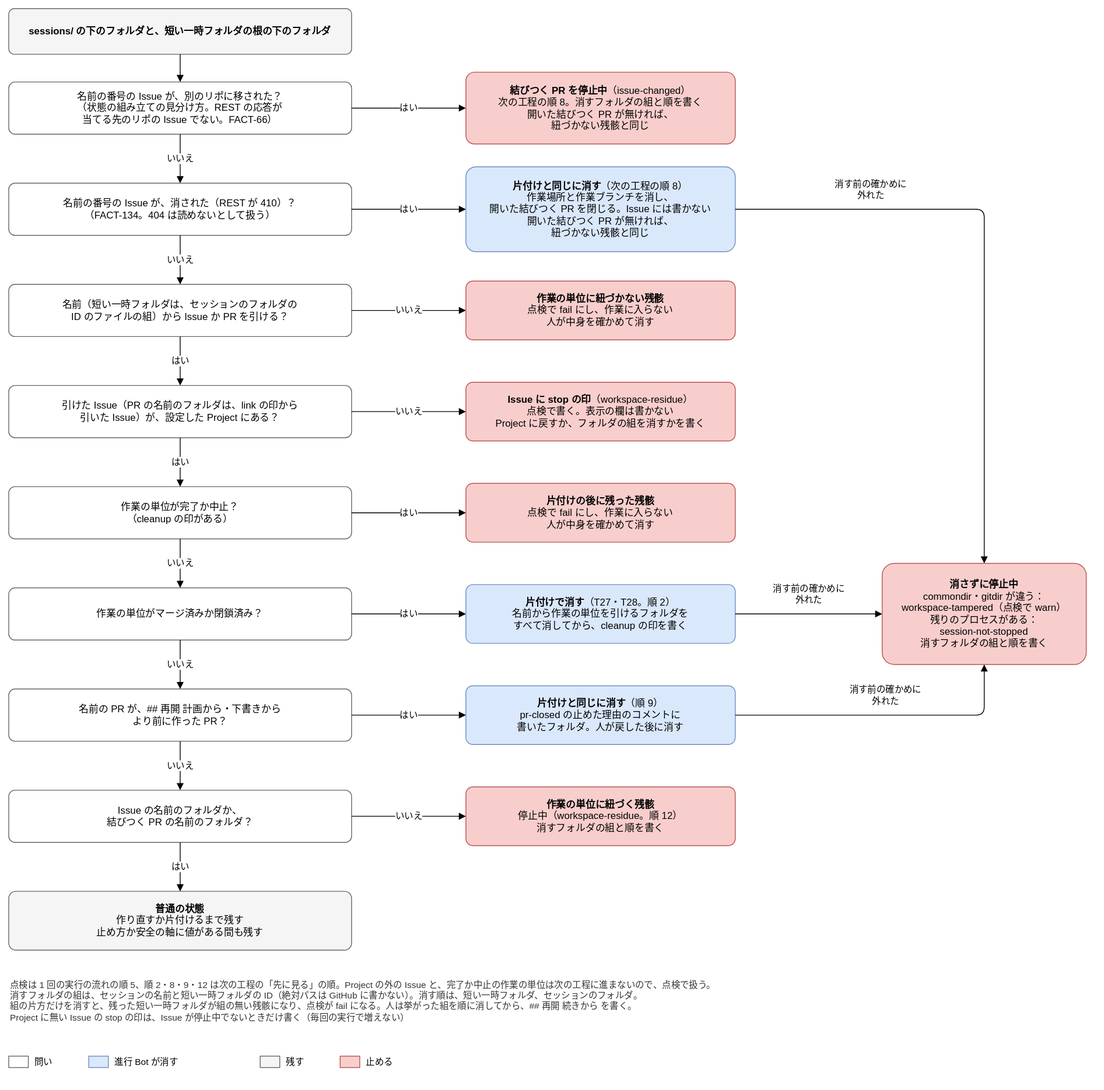
Earlier version of the draw.io export docs/design/basic/diagrams/02-workspace-residue.drawio.svg (Joymerrevent/dev-autopilot). Source tidied: cells renumbered, new cells last; positions are measured from the earlier drawing's top-left corner, leaving out a move shared by most shapes.
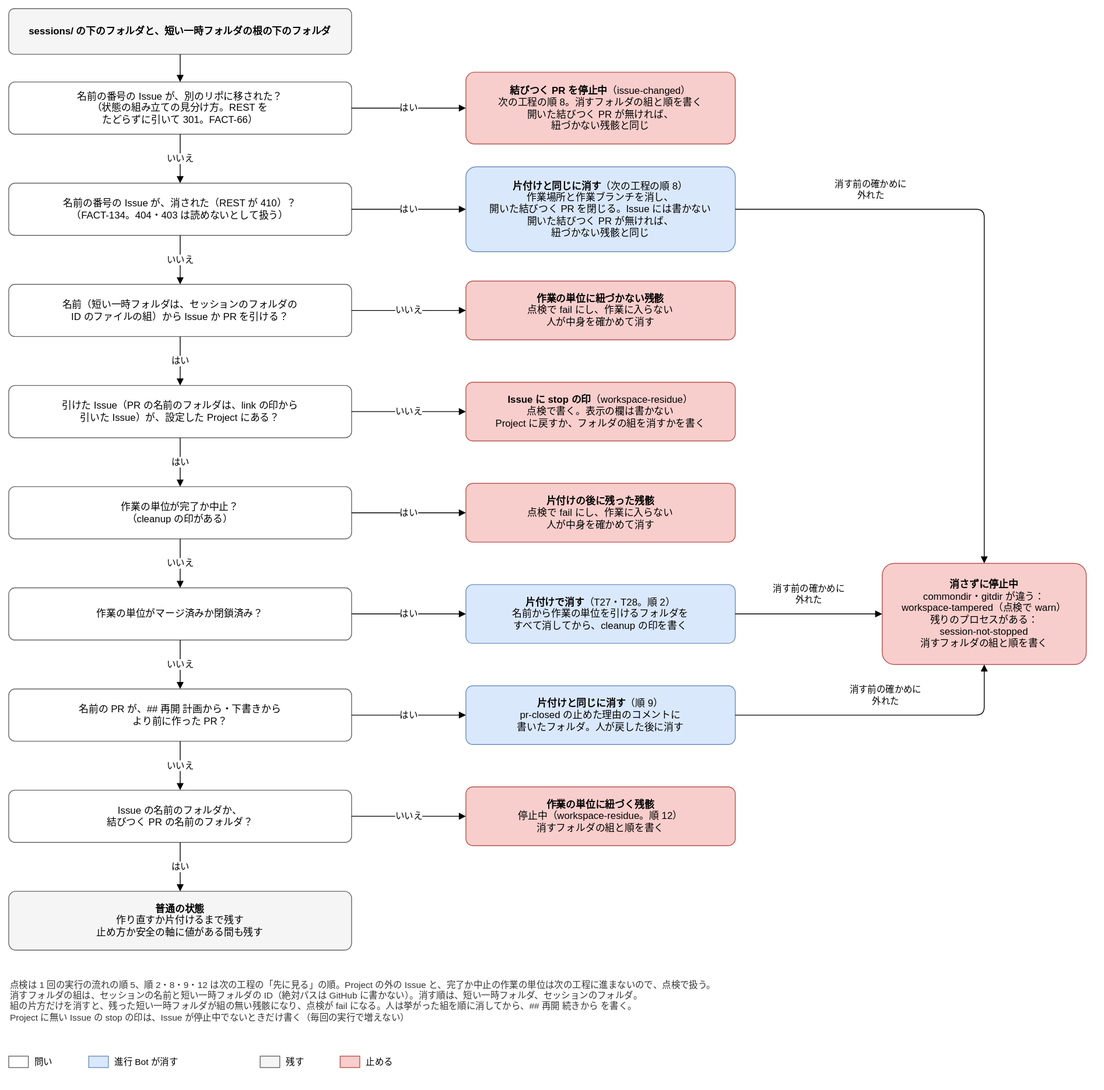
Above is the later version.

Commit message:
docs(design): 基本設計の図で、移されたと消されたの問いを REST の 301 と 410 の言い方にそろえる

6 回目の再レビューの指摘を直す（R1-40・R1-43）。

- 02-next-step-stops：q7 を「Issue が別のリポに移された（REST が 301）？」、q7b の括弧を
  「404・403 は読めないとして、状態の組み立てで止まる」にする
- 02-workspace-residue：q1 の括弧を「REST をたどらずに引いて 301」、q1b の括弧を
  「404・403 は読めないとして扱う」にする

Claude-Session: https://claude.ai/code/session_01LvmXQN14Y95msvojZ6hWNP

Change to the diagram source:
```diff
@@ -5,7 +5,7 @@
     <mxCell id="2" value="&lt;b&gt;sessions/ の下のフォルダと、短い一時フォルダの根の下のフォルダ&lt;/b&gt;" style="rounded=1;whiteSpace=wrap;html=1;fontSize=12;arcSize=12;fillColor=#f5f5f5;strokeColor=#666666;spacing=8;" parent="1" vertex="1">
       <mxGeometry width="420" height="56" as="geometry" />
     </mxCell>
-    <mxCell id="3" value="名前の番号の Issue が、別のリポに移された？&lt;br&gt;（状態の組み立ての見分け方。REST の応答が&lt;br&gt;当てる先のリポの Issue でない。FACT-66）" style="rounded=1;whiteSpace=wrap;html=1;fontSize=12;arcSize=12;fillColor=#ffffff;strokeColor=#666666;spacing=8;" parent="1" vertex="1">
+    <mxCell id="3" value="名前の番号の Issue が、別のリポに移された？&lt;br&gt;（状態の組み立ての見分け方。REST を&lt;br&gt;たどらずに引いて 301。FACT-66）" style="rounded=1;whiteSpace=wrap;html=1;fontSize=12;arcSize=12;fillColor=#ffffff;strokeColor=#666666;spacing=8;" parent="1" vertex="1">
       <mxGeometry y="90" width="420" height="64" as="geometry" />
     </mxCell>
     <mxCell id="4" value="名前（短い一時フォルダは、セッションのフォルダの&lt;br&gt;ID のファイルの組）から Issue か PR を引ける？" style="rounded=1;whiteSpace=wrap;html=1;fontSize=12;arcSize=12;fillColor=#ffffff;strokeColor=#666666;spacing=8;" parent="1" vertex="1">
@@ -138,7 +138,7 @@
     <mxCell id="44" value="止める" style="text;html=1;whiteSpace=wrap;align=left;verticalAlign=middle;fontSize=11;" parent="1" vertex="1">
       <mxGeometry x="436" y="1278" width="62" height="26" as="geometry" />
     </mxCell>
-    <mxCell id="45" value="名前の番号の Issue が、消された（REST が 410）？&lt;br&gt;（FACT-134。404 は読めないとして扱う）" style="rounded=1;whiteSpace=wrap;html=1;fontSize=12;arcSize=12;fillColor=#ffffff;strokeColor=#666666;spacing=8;" parent="1" vertex="1">
+    <mxCell id="45" value="名前の番号の Issue が、消された（REST が 410）？&lt;br&gt;（FACT-134。404・403 は読めないとして扱う）" style="rounded=1;whiteSpace=wrap;html=1;fontSize=12;arcSize=12;fillColor=#ffffff;strokeColor=#666666;spacing=8;" parent="1" vertex="1">
       <mxGeometry y="214" width="420" height="64" as="geometry" />
     </mxCell>
     <mxCell id="46" value="&lt;b&gt;片付けと同じに消す&lt;/b&gt;（次の工程の順 8）&lt;br&gt;作業場所と作業ブランチを消し、&lt;br&gt;開いた結びつく PR を閉じる。Issue には書かない&lt;br&gt;開いた結びつく PR が無ければ、&lt;br&gt;紐づかない残骸と同じ" style="rounded=1;whiteSpace=wrap;html=1;fontSize=12;arcSize=12;fillColor=#dae8fc;strokeColor=#6c8ebf;spacing=8;" parent="1" vertex="1">
```
